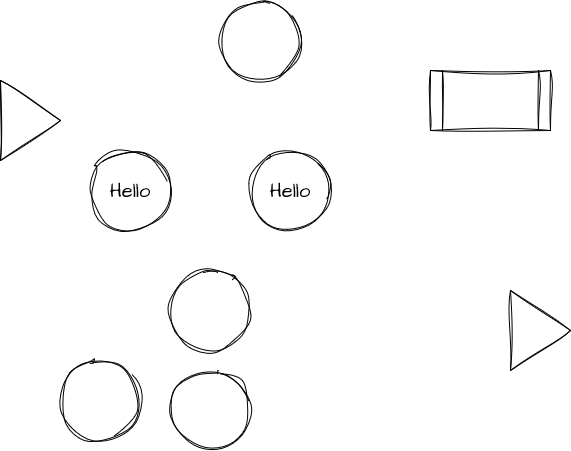
Pinnacle-Sahin/Pinnacle-Sahin keeps this draw.io diagram as Untitled Diagram.drawio.png. Above is the earlier version. Source tidied: cells renumbered, new cells last; positions are measured from the earlier drawing's top-left corner, leaving out a move shared by most shapes.
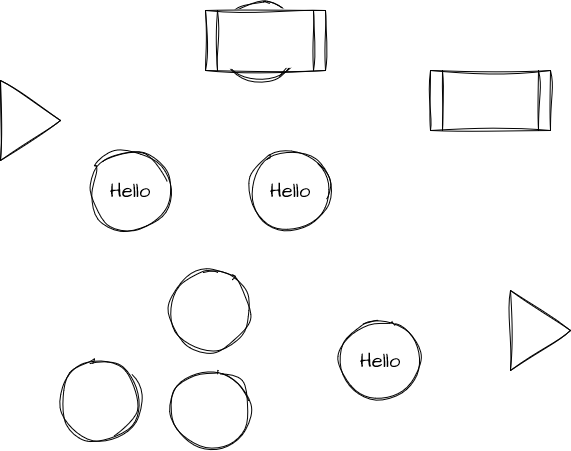
The same diagram one commit later.

Change to the diagram source:
```diff
@@ -29,5 +29,11 @@
     <mxCell id="10" value="Hello" style="ellipse;whiteSpace=wrap;html=1;sketch=1;hachureGap=4;jiggle=2;curveFitting=1;fontFamily=Architects Daughter;fontSource=https%3A%2F%2Ffonts.googleapis.com%2Fcss%3Ffamily%3DArchitects%2BDaughter;fontSize=20;" parent="1" vertex="1">
       <mxGeometry x="250" y="150" width="80" height="80" as="geometry" />
     </mxCell>
+    <mxCell id="11" value="Hello" style="ellipse;whiteSpace=wrap;html=1;sketch=1;hachureGap=4;jiggle=2;curveFitting=1;fontFamily=Architects Daughter;fontSource=https%3A%2F%2Ffonts.googleapis.com%2Fcss%3Ffamily%3DArchitects%2BDaughter;fontSize=20;" parent="1" vertex="1">
+      <mxGeometry x="340" y="320" width="80" height="80" as="geometry" />
+    </mxCell>
+    <mxCell id="12" style="shape=process;whiteSpace=wrap;html=1;backgroundOutline=1;sketch=1;hachureGap=4;jiggle=2;curveFitting=1;fontFamily=Architects Daughter;fontSource=https%3A%2F%2Ffonts.googleapis.com%2Fcss%3Ffamily%3DArchitects%2BDaughter;fontSize=20;" parent="1" vertex="1">
+      <mxGeometry x="205" y="10" width="120" height="60" as="geometry" />
+    </mxCell>
   </root>
 </mxGraphModel>
```
